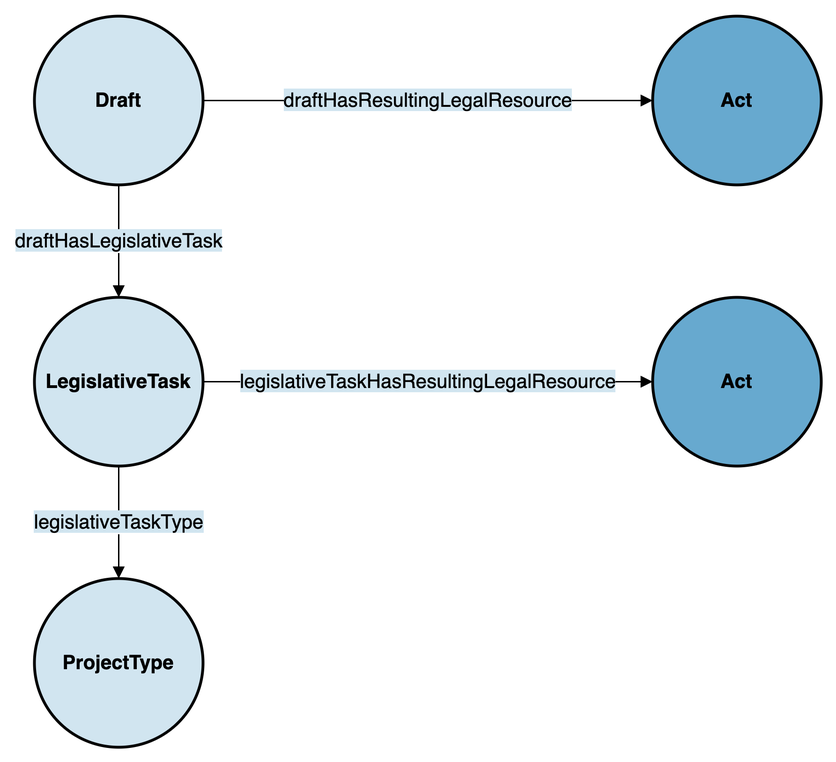
The draw.io diagram doc/img/draft.png in swiss/fedlex-jolux, before a commit. Source tidied: cells renumbered, new cells last; positions are measured from the earlier drawing's top-left corner, leaving out a move shared by most shapes. The source it was exported from:
```xml
<mxGraphModel>
  <root>
    <mxCell id="0" />
    <mxCell id="1" parent="0" />
    <mxCell id="2" value="&lt;b&gt;Draft&lt;/b&gt;" style="ellipse;whiteSpace=wrap;html=1;rounded=0;shadow=0;glass=0;comic=0;strokeColor=#000000;strokeWidth=2;fillColor=#d1e5f0;gradientColor=none;fontSize=14;fontColor=#000000;align=center;" parent="1" vertex="1">
      <mxGeometry width="120" height="120" as="geometry" />
    </mxCell>
    <mxCell id="3" value="&lt;b&gt;Act&lt;br&gt;&lt;/b&gt;" style="ellipse;whiteSpace=wrap;html=1;rounded=0;shadow=0;glass=0;comic=0;strokeColor=#000000;strokeWidth=2;fillColor=#67a9cf;gradientColor=none;fontSize=14;fontColor=#000000;align=center;" parent="1" vertex="1">
      <mxGeometry x="440" width="120" height="120" as="geometry" />
    </mxCell>
    <mxCell id="4" value="&lt;span style=&quot;background-color: rgb(209, 229, 240);&quot;&gt;draftHasResultingLegalResource&lt;/span&gt;" style="endArrow=block;html=1;strokeColor=#000000;fontSize=14;fontColor=#000000;endFill=1;exitX=1;exitY=0.5;exitDx=0;exitDy=0;entryX=0;entryY=0.5;entryDx=0;entryDy=0;" parent="1" edge="1" source="2" target="3">
      <mxGeometry relative="1" as="geometry" />
    </mxCell>
    <mxCell id="5" value="&lt;b&gt;LegislativeTask&lt;/b&gt;" style="ellipse;whiteSpace=wrap;html=1;rounded=0;shadow=0;glass=0;comic=0;strokeColor=#000000;strokeWidth=2;fillColor=#d1e5f0;gradientColor=none;fontSize=14;fontColor=#000000;align=center;" parent="1" vertex="1">
      <mxGeometry y="200" width="120" height="120" as="geometry" />
    </mxCell>
    <mxCell id="6" value="&lt;span style=&quot;background-color: rgb(209, 229, 240);&quot;&gt;draftHasLegislativeTask&lt;/span&gt;" style="endArrow=block;html=1;strokeColor=#000000;fontSize=14;fontColor=#000000;endFill=1;exitX=0.5;exitY=1;exitDx=0;exitDy=0;entryX=0.5;entryY=0;entryDx=0;entryDy=0;" parent="1" edge="1" source="2" target="5">
      <mxGeometry relative="1" as="geometry" />
    </mxCell>
    <mxCell id="7" value="&lt;b&gt;Act&lt;br&gt;&lt;/b&gt;" style="ellipse;whiteSpace=wrap;html=1;rounded=0;shadow=0;glass=0;comic=0;strokeColor=#000000;strokeWidth=2;fillColor=#67a9cf;gradientColor=none;fontSize=14;fontColor=#000000;align=center;" parent="1" vertex="1">
      <mxGeometry x="440" y="200" width="120" height="120" as="geometry" />
    </mxCell>
    <mxCell id="8" value="&lt;span style=&quot;background-color: rgb(209, 229, 240);&quot;&gt;legislativeTaskHasResultingLegalResource&lt;/span&gt;" style="endArrow=block;html=1;strokeColor=#000000;fontSize=14;fontColor=#000000;endFill=1;exitX=1;exitY=0.5;exitDx=0;exitDy=0;entryX=0;entryY=0.5;entryDx=0;entryDy=0;" parent="1" edge="1" source="5" target="7">
      <mxGeometry relative="1" as="geometry" />
    </mxCell>
    <mxCell id="9" value="&lt;b&gt;ProjectType&lt;/b&gt;" style="ellipse;whiteSpace=wrap;html=1;rounded=0;shadow=0;glass=0;comic=0;strokeColor=#000000;strokeWidth=2;fillColor=#d1e5f0;gradientColor=none;fontSize=14;fontColor=#000000;align=center;" parent="1" vertex="1">
      <mxGeometry y="400" width="120" height="120" as="geometry" />
    </mxCell>
    <mxCell id="10" value="&lt;span style=&quot;background-color: rgb(209, 229, 240);&quot;&gt;legislativeTaskType&lt;/span&gt;" style="endArrow=block;html=1;strokeColor=#000000;fontSize=14;fontColor=#000000;endFill=1;exitX=0.5;exitY=1;exitDx=0;exitDy=0;" parent="1" edge="1" source="5" target="9">
      <mxGeometry relative="1" as="geometry" />
    </mxCell>
  </root>
</mxGraphModel>
```
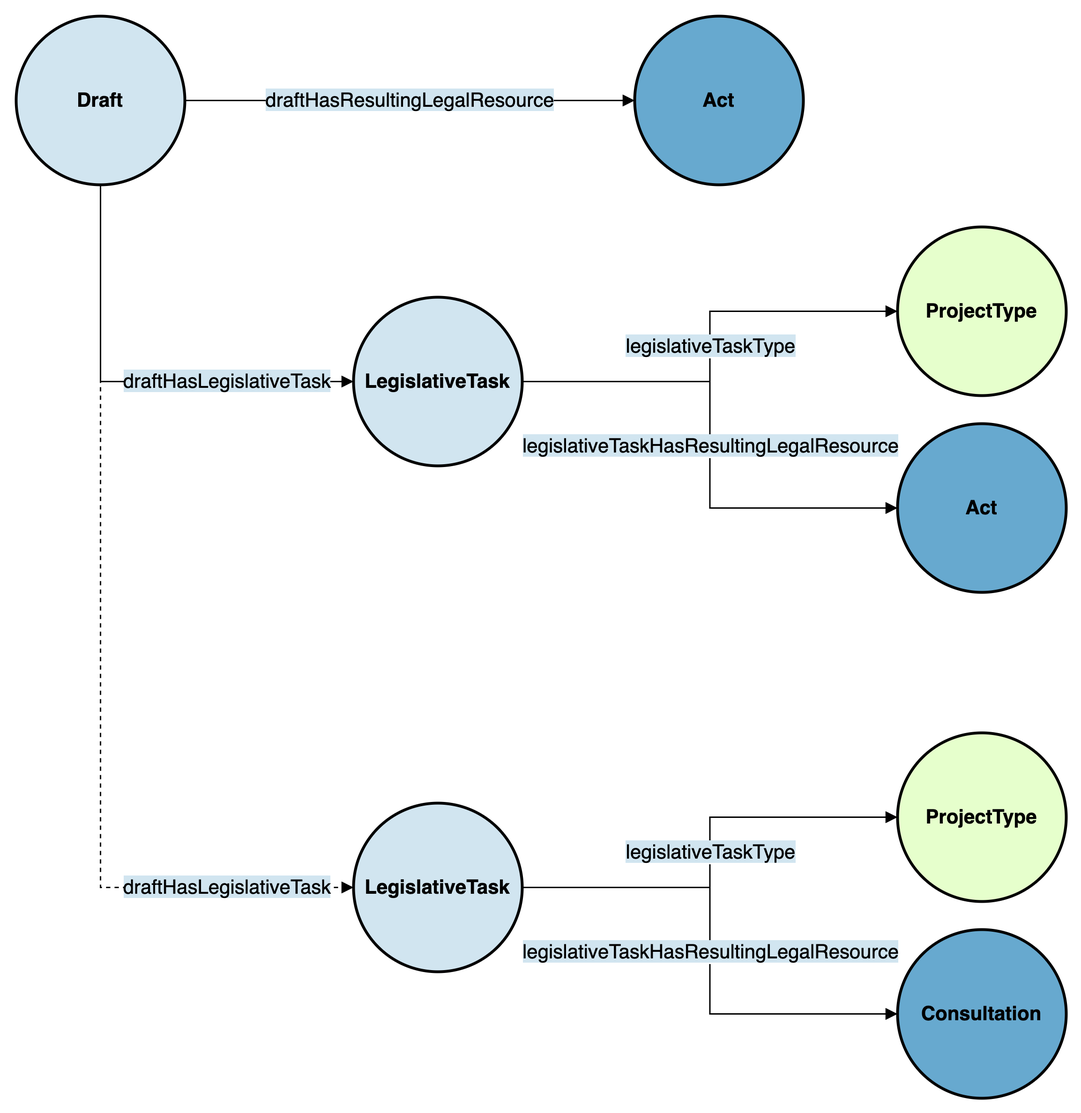
After the change.

The edit, as a diff of the source:
```diff
@@ -3,31 +3,57 @@
     <mxCell id="0" />
     <mxCell id="1" parent="0" />
     <mxCell id="2" value="&lt;b&gt;Draft&lt;/b&gt;" style="ellipse;whiteSpace=wrap;html=1;rounded=0;shadow=0;glass=0;comic=0;strokeColor=#000000;strokeWidth=2;fillColor=#d1e5f0;gradientColor=none;fontSize=14;fontColor=#000000;align=center;" parent="1" vertex="1">
-      <mxGeometry width="120" height="120" as="geometry" />
+      <mxGeometry x="-40" width="120" height="120" as="geometry" />
     </mxCell>
     <mxCell id="3" value="&lt;b&gt;Act&lt;br&gt;&lt;/b&gt;" style="ellipse;whiteSpace=wrap;html=1;rounded=0;shadow=0;glass=0;comic=0;strokeColor=#000000;strokeWidth=2;fillColor=#67a9cf;gradientColor=none;fontSize=14;fontColor=#000000;align=center;" parent="1" vertex="1">
-      <mxGeometry x="440" width="120" height="120" as="geometry" />
+      <mxGeometry x="400" width="120" height="120" as="geometry" />
     </mxCell>
     <mxCell id="4" value="&lt;span style=&quot;background-color: rgb(209, 229, 240);&quot;&gt;draftHasResultingLegalResource&lt;/span&gt;" style="endArrow=block;html=1;strokeColor=#000000;fontSize=14;fontColor=#000000;endFill=1;exitX=1;exitY=0.5;exitDx=0;exitDy=0;entryX=0;entryY=0.5;entryDx=0;entryDy=0;" parent="1" edge="1" source="2" target="3">
       <mxGeometry relative="1" as="geometry" />
     </mxCell>
     <mxCell id="5" value="&lt;b&gt;LegislativeTask&lt;/b&gt;" style="ellipse;whiteSpace=wrap;html=1;rounded=0;shadow=0;glass=0;comic=0;strokeColor=#000000;strokeWidth=2;fillColor=#d1e5f0;gradientColor=none;fontSize=14;fontColor=#000000;align=center;" parent="1" vertex="1">
-      <mxGeometry y="200" width="120" height="120" as="geometry" />
+      <mxGeometry x="200" y="200" width="120" height="120" as="geometry" />
     </mxCell>
-    <mxCell id="6" value="&lt;span style=&quot;background-color: rgb(209, 229, 240);&quot;&gt;draftHasLegislativeTask&lt;/span&gt;" style="endArrow=block;html=1;strokeColor=#000000;fontSize=14;fontColor=#000000;endFill=1;exitX=0.5;exitY=1;exitDx=0;exitDy=0;entryX=0.5;entryY=0;entryDx=0;entryDy=0;" parent="1" edge="1" source="2" target="5">
-      <mxGeometry relative="1" as="geometry" />
+    <mxCell id="6" value="&lt;span style=&quot;background-color: rgb(209, 229, 240);&quot;&gt;draftHasLegislativeTask&lt;/span&gt;" style="endArrow=block;html=1;strokeColor=#000000;fontSize=14;fontColor=#000000;endFill=1;exitX=0.5;exitY=1;exitDx=0;exitDy=0;edgeStyle=orthogonalEdgeStyle;entryX=0;entryY=0.5;entryDx=0;entryDy=0;rounded=0;curved=0;" parent="1" edge="1" source="2" target="5">
+      <mxGeometry x="0.44" relative="1" as="geometry">
+        <Array as="points">
+          <mxPoint x="20" y="260" />
+        </Array>
+      </mxGeometry>
     </mxCell>
     <mxCell id="7" value="&lt;b&gt;Act&lt;br&gt;&lt;/b&gt;" style="ellipse;whiteSpace=wrap;html=1;rounded=0;shadow=0;glass=0;comic=0;strokeColor=#000000;strokeWidth=2;fillColor=#67a9cf;gradientColor=none;fontSize=14;fontColor=#000000;align=center;" parent="1" vertex="1">
-      <mxGeometry x="440" y="200" width="120" height="120" as="geometry" />
+      <mxGeometry x="587" y="290" width="120" height="120" as="geometry" />
     </mxCell>
-    <mxCell id="8" value="&lt;span style=&quot;background-color: rgb(209, 229, 240);&quot;&gt;legislativeTaskHasResultingLegalResource&lt;/span&gt;" style="endArrow=block;html=1;strokeColor=#000000;fontSize=14;fontColor=#000000;endFill=1;exitX=1;exitY=0.5;exitDx=0;exitDy=0;entryX=0;entryY=0.5;entryDx=0;entryDy=0;" parent="1" edge="1" source="5" target="7">
+    <mxCell id="8" value="&lt;span style=&quot;background-color: rgb(209, 229, 240);&quot;&gt;legislativeTaskHasResultingLegalResource&lt;/span&gt;" style="endArrow=block;html=1;strokeColor=#000000;fontSize=14;fontColor=#000000;endFill=1;exitX=1;exitY=0.5;exitDx=0;exitDy=0;entryX=0;entryY=0.5;entryDx=0;entryDy=0;edgeStyle=orthogonalEdgeStyle;rounded=0;curved=0;" parent="1" edge="1" source="5" target="7">
       <mxGeometry relative="1" as="geometry" />
     </mxCell>
-    <mxCell id="9" value="&lt;b&gt;ProjectType&lt;/b&gt;" style="ellipse;whiteSpace=wrap;html=1;rounded=0;shadow=0;glass=0;comic=0;strokeColor=#000000;strokeWidth=2;fillColor=#d1e5f0;gradientColor=none;fontSize=14;fontColor=#000000;align=center;" parent="1" vertex="1">
-      <mxGeometry y="400" width="120" height="120" as="geometry" />
+    <mxCell id="9" value="&lt;b&gt;ProjectType&lt;/b&gt;" style="ellipse;whiteSpace=wrap;html=1;rounded=0;shadow=0;glass=0;comic=0;strokeColor=#000000;strokeWidth=2;fillColor=#E6FFCC;gradientColor=none;fontSize=14;fontColor=#000000;align=center;" parent="1" vertex="1">
+      <mxGeometry x="587" y="150" width="120" height="120" as="geometry" />
     </mxCell>
-    <mxCell id="10" value="&lt;span style=&quot;background-color: rgb(209, 229, 240);&quot;&gt;legislativeTaskType&lt;/span&gt;" style="endArrow=block;html=1;strokeColor=#000000;fontSize=14;fontColor=#000000;endFill=1;exitX=0.5;exitY=1;exitDx=0;exitDy=0;" parent="1" edge="1" source="5" target="9">
+    <mxCell id="10" value="&lt;span style=&quot;background-color: rgb(209, 229, 240);&quot;&gt;legislativeTaskType&lt;/span&gt;" style="endArrow=block;html=1;strokeColor=#000000;fontSize=14;fontColor=#000000;endFill=1;exitX=1;exitY=0.5;exitDx=0;exitDy=0;edgeStyle=orthogonalEdgeStyle;rounded=0;curved=0;" parent="1" edge="1" source="5" target="9">
       <mxGeometry relative="1" as="geometry" />
     </mxCell>
+    <mxCell id="11" value="&lt;b&gt;LegislativeTask&lt;/b&gt;" style="ellipse;whiteSpace=wrap;html=1;rounded=0;shadow=0;glass=0;comic=0;strokeColor=#000000;strokeWidth=2;fillColor=#d1e5f0;gradientColor=none;fontSize=14;fontColor=#000000;align=center;" parent="1" vertex="1">
+      <mxGeometry x="200" y="560" width="120" height="120" as="geometry" />
+    </mxCell>
+    <mxCell id="12" value="&lt;b&gt;Consultation&lt;br&gt;&lt;/b&gt;" style="ellipse;whiteSpace=wrap;html=1;rounded=0;shadow=0;glass=0;comic=0;strokeColor=#000000;strokeWidth=2;fillColor=#67a9cf;gradientColor=none;fontSize=14;fontColor=#000000;align=center;" parent="1" vertex="1">
+      <mxGeometry x="587" y="650" width="120" height="120" as="geometry" />
+    </mxCell>
+    <mxCell id="13" value="&lt;span style=&quot;background-color: rgb(209, 229, 240);&quot;&gt;legislativeTaskHasResultingLegalResource&lt;/span&gt;" style="endArrow=block;html=1;strokeColor=#000000;fontSize=14;fontColor=#000000;endFill=1;exitX=1;exitY=0.5;exitDx=0;exitDy=0;entryX=0;entryY=0.5;entryDx=0;entryDy=0;edgeStyle=orthogonalEdgeStyle;rounded=0;curved=0;" parent="1" edge="1" source="11" target="12">
+      <mxGeometry relative="1" as="geometry" />
+    </mxCell>
+    <mxCell id="14" value="&lt;b&gt;ProjectType&lt;/b&gt;" style="ellipse;whiteSpace=wrap;html=1;rounded=0;shadow=0;glass=0;comic=0;strokeColor=#000000;strokeWidth=2;fillColor=#E6FFCC;gradientColor=none;fontSize=14;fontColor=#000000;align=center;" parent="1" vertex="1">
+      <mxGeometry x="587" y="510" width="120" height="120" as="geometry" />
+    </mxCell>
+    <mxCell id="15" value="&lt;span style=&quot;background-color: rgb(209, 229, 240);&quot;&gt;legislativeTaskType&lt;/span&gt;" style="endArrow=block;html=1;strokeColor=#000000;fontSize=14;fontColor=#000000;endFill=1;exitX=1;exitY=0.5;exitDx=0;exitDy=0;edgeStyle=orthogonalEdgeStyle;rounded=0;curved=0;" parent="1" edge="1" source="11" target="14">
+      <mxGeometry relative="1" as="geometry" />
+    </mxCell>
+    <mxCell id="16" value="&lt;span style=&quot;background-color: rgb(209, 229, 240);&quot;&gt;draftHasLegislativeTask&lt;/span&gt;" style="endArrow=block;html=1;strokeColor=#000000;fontSize=14;fontColor=#000000;endFill=1;exitX=0.5;exitY=1;exitDx=0;exitDy=0;edgeStyle=orthogonalEdgeStyle;entryX=0;entryY=0.5;entryDx=0;entryDy=0;rounded=0;curved=0;dashed=1;" parent="1" edge="1" source="2" target="11">
+      <mxGeometry x="0.74" relative="1" as="geometry">
+        <Array as="points">
+          <mxPoint x="20" y="620" />
+        </Array>
+      </mxGeometry>
+    </mxCell>
   </root>
 </mxGraphModel>
```
